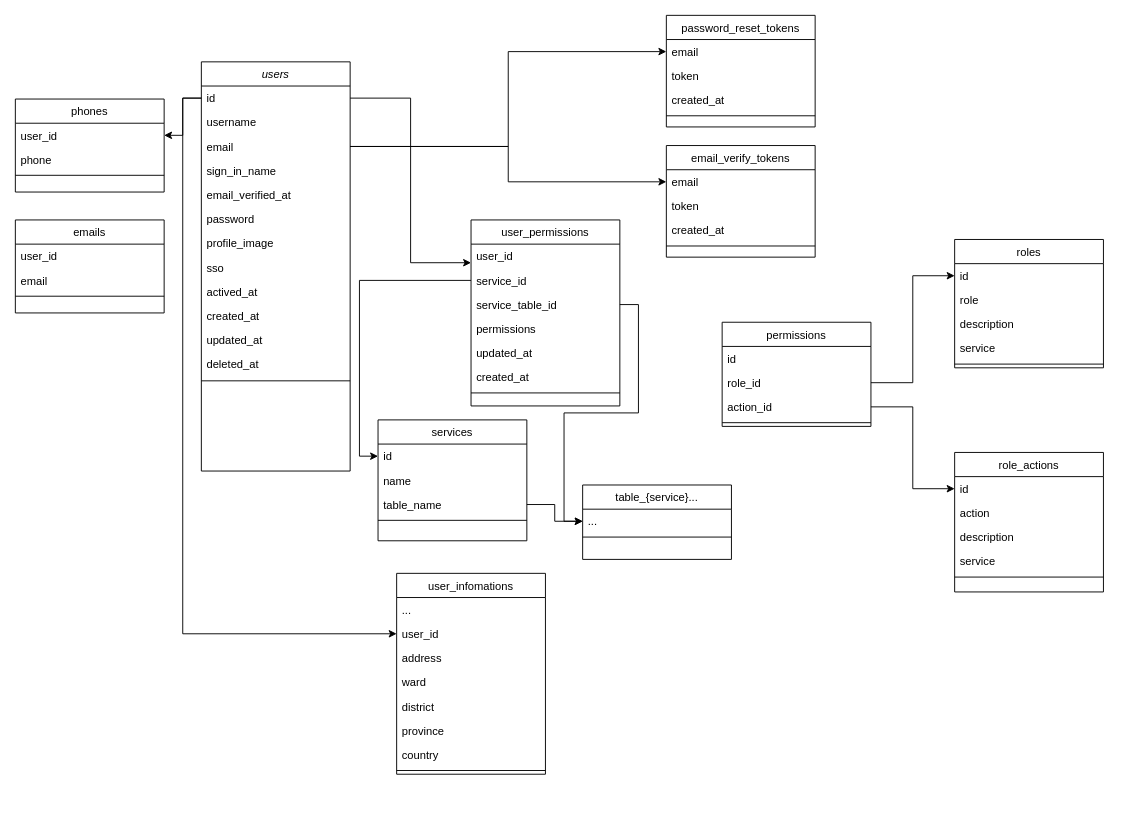
Above: Biểu đồ không có tiêu đề.drawio in desod-vn/desod-vn (draw.io), before the change. Source tidied: cells renumbered, new cells numbered last; positions are measured from the earlier drawing's top-left corner, leaving out a move shared by most shapes. Both pictures are drawn from the tidied source at 93%, with x=0, y=0 at pixel (15, 15).
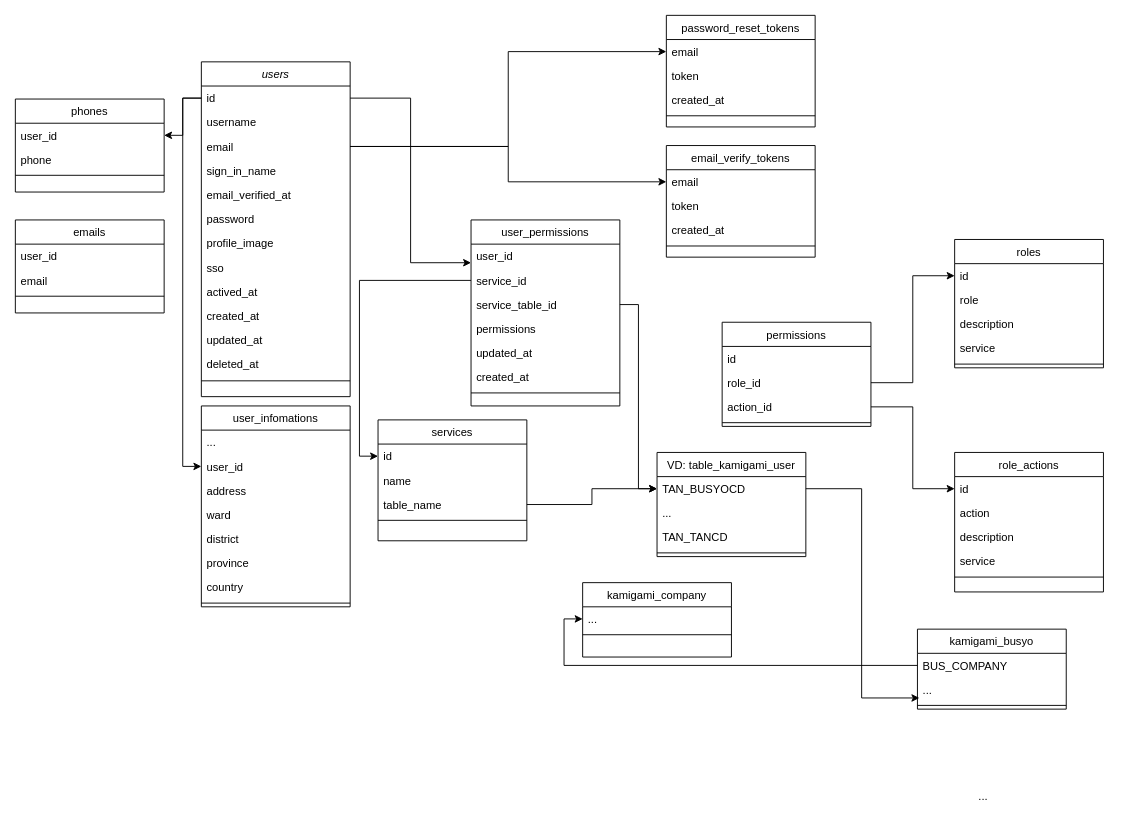
The same page after the edit.

Commit message:
Cập nhật Biểu đồ không có tiêu đề.drawio

The change refers to these unchanged cells:
```xml
<mxCell id="35" value="service_table_id" style="text;align=left;verticalAlign=top;spacingLeft=4;spacingRight=4;overflow=hidden;points=[[0,0.5],[1,0.5]];portConstraint=eastwest;" parent="32" vertex="1">
  <mxGeometry y="78" width="160" height="26" as="geometry" />
</mxCell>
<mxCell id="59" value="table_name" style="text;align=left;verticalAlign=top;spacingLeft=4;spacingRight=4;overflow=hidden;points=[[0,0.5],[1,0.5]];portConstraint=eastwest;rounded=0;shadow=0;html=0;" parent="56" vertex="1">
  <mxGeometry y="78" width="160" height="26" as="geometry" />
</mxCell>
```

Diff of the diagram source:
```diff
@@
     <mxCell id="2" value="users" style="swimlane;fontStyle=2;align=center;verticalAlign=top;horizontal=1;startSize=26;rounded=0;shadow=0;strokeWidth=1;" parent="1" vertex="1">
-      <mxGeometry x="200" y="50" width="160" height="440" as="geometry" />
+      <mxGeometry x="200" y="50" width="160" height="360" as="geometry" />
     </mxCell>
@@
-    <mxCell id="61" value="table_{service}..." style="swimlane;fontStyle=0;align=center;verticalAlign=top;horizontal=1;startSize=26;rounded=0;shadow=0;strokeWidth=1;" parent="1" vertex="1">
-      <mxGeometry x="610" y="505" width="160" height="80" as="geometry" />
-    </mxCell>
-    <mxCell id="62" value="..." style="text;align=left;verticalAlign=top;spacingLeft=4;spacingRight=4;overflow=hidden;points=[[0,0.5],[1,0.5]];portConstraint=eastwest;rounded=0;shadow=0;html=0;" parent="61" vertex="1">
-      <mxGeometry y="26" width="160" height="26" as="geometry" />
-    </mxCell>
-    <mxCell id="63" style="line;html=1;strokeWidth=1;align=left;verticalAlign=middle;spacingTop=-1;spacingLeft=3;spacingRight=3;labelPosition=right;" parent="61" vertex="1">
-      <mxGeometry y="52" width="160" height="8" as="geometry" />
-    </mxCell>
-    <mxCell id="64" style="edgeStyle=orthogonalEdgeStyle;rounded=0;jettySize=auto;html=1;exitX=1;exitY=0.5;exitDx=0;exitDy=0;entryX=0;entryY=0.5;entryDx=0;entryDy=0;" parent="1" edge="1" source="59" target="62">
+    <mxCell id="64" style="edgeStyle=orthogonalEdgeStyle;rounded=0;jettySize=auto;html=1;exitX=1;exitY=0.5;exitDx=0;exitDy=0;entryX=0;entryY=0.5;entryDx=0;entryDy=0;" parent="1" edge="1" source="59" target="88">
       <mxGeometry relative="1" as="geometry" />
     </mxCell>
@@
-    <mxCell id="66" style="edgeStyle=orthogonalEdgeStyle;rounded=0;jettySize=auto;html=1;exitX=1;exitY=0.5;exitDx=0;exitDy=0;entryX=0;entryY=0.5;entryDx=0;entryDy=0;" parent="1" edge="1" source="35" target="62">
+    <mxCell id="66" style="edgeStyle=orthogonalEdgeStyle;rounded=0;jettySize=auto;html=1;exitX=1;exitY=0.5;exitDx=0;exitDy=0;entryX=0;entryY=0.5;entryDx=0;entryDy=0;" parent="1" edge="1" source="35" target="88">
       <mxGeometry relative="1" as="geometry" />
     </mxCell>
     <mxCell id="67" value="user_infomations" style="swimlane;fontStyle=0;align=center;verticalAlign=top;horizontal=1;startSize=26;rounded=0;shadow=0;strokeWidth=1;" parent="1" vertex="1">
-      <mxGeometry x="410" y="600" width="160" height="216" as="geometry" />
+      <mxGeometry x="200" y="420" width="160" height="216" as="geometry" />
     </mxCell>
@@
+    <mxCell id="86" value="kamigami_company" style="swimlane;fontStyle=0;align=center;verticalAlign=top;horizontal=1;startSize=26;rounded=0;shadow=0;strokeWidth=1;" parent="1" vertex="1">
+      <mxGeometry x="610" y="610" width="160" height="80" as="geometry" />
+    </mxCell>
+    <mxCell id="62" value="..." style="text;align=left;verticalAlign=top;spacingLeft=4;spacingRight=4;overflow=hidden;points=[[0,0.5],[1,0.5]];portConstraint=eastwest;rounded=0;shadow=0;html=0;" parent="86" vertex="1">
+      <mxGeometry y="26" width="160" height="26" as="geometry" />
+    </mxCell>
+    <mxCell id="63" style="line;html=1;strokeWidth=1;align=left;verticalAlign=middle;spacingTop=-1;spacingLeft=3;spacingRight=3;labelPosition=right;" parent="86" vertex="1">
+      <mxGeometry y="52" width="160" height="8" as="geometry" />
+    </mxCell>
+    <mxCell id="87" value="VD: table_kamigami_user" style="swimlane;fontStyle=0;align=center;verticalAlign=top;horizontal=1;startSize=26;rounded=0;shadow=0;strokeWidth=1;" parent="1" vertex="1">
+      <mxGeometry x="690" y="470" width="160" height="112" as="geometry" />
+    </mxCell>
+    <mxCell id="88" value="TAN_BUSYOCD" style="text;align=left;verticalAlign=top;spacingLeft=4;spacingRight=4;overflow=hidden;points=[[0,0.5],[1,0.5]];portConstraint=eastwest;rounded=0;shadow=0;html=0;" parent="87" vertex="1">
+      <mxGeometry y="26" width="160" height="26" as="geometry" />
+    </mxCell>
+    <mxCell id="89" value="..." style="text;align=left;verticalAlign=top;spacingLeft=4;spacingRight=4;overflow=hidden;rounded=0;shadow=0;html=0;" parent="87" vertex="1">
+      <mxGeometry y="52" width="160" height="26" as="geometry" />
+    </mxCell>
+    <mxCell id="90" value="TAN_TANCD" style="text;align=left;verticalAlign=top;spacingLeft=4;spacingRight=4;overflow=hidden;rounded=0;shadow=0;html=0;" parent="87" vertex="1">
+      <mxGeometry y="78" width="160" height="26" as="geometry" />
+    </mxCell>
+    <mxCell id="91" style="line;html=1;strokeWidth=1;align=left;verticalAlign=middle;spacingTop=-1;spacingLeft=3;spacingRight=3;labelPosition=right;" parent="87" vertex="1">
+      <mxGeometry y="104" width="160" height="8" as="geometry" />
+    </mxCell>
+    <mxCell id="92" value="kamigami_busyo" style="swimlane;fontStyle=0;align=center;verticalAlign=top;horizontal=1;startSize=26;rounded=0;shadow=0;strokeWidth=1;" parent="1" vertex="1">
+      <mxGeometry x="970" y="660" width="160" height="86" as="geometry" />
+    </mxCell>
+    <mxCell id="93" value="BUS_COMPANY" style="text;align=left;verticalAlign=top;spacingLeft=4;spacingRight=4;overflow=hidden;points=[[0,0.5],[1,0.5]];portConstraint=eastwest;rounded=0;shadow=0;html=0;" parent="92" vertex="1">
+      <mxGeometry y="26" width="160" height="26" as="geometry" />
+    </mxCell>
+    <mxCell id="94" value="..." style="text;align=left;verticalAlign=top;spacingLeft=4;spacingRight=4;overflow=hidden;points=[[0,0.5],[1,0.5]];portConstraint=eastwest;rounded=0;shadow=0;html=0;" parent="92" vertex="1">
+      <mxGeometry y="52" width="160" height="26" as="geometry" />
+    </mxCell>
+    <mxCell id="95" style="line;html=1;strokeWidth=1;align=left;verticalAlign=middle;spacingTop=-1;spacingLeft=3;spacingRight=3;labelPosition=right;" parent="92" vertex="1">
+      <mxGeometry y="78" width="160" height="8" as="geometry" />
+    </mxCell>
+    <mxCell id="96" style="edgeStyle=orthogonalEdgeStyle;rounded=0;jettySize=auto;html=1;exitX=1;exitY=0.5;exitDx=0;exitDy=0;entryX=0.013;entryY=0.846;entryDx=0;entryDy=0;entryPerimeter=0;" parent="1" edge="1" source="88" target="94">
+      <mxGeometry relative="1" as="geometry" />
+    </mxCell>
+    <mxCell id="97" style="edgeStyle=orthogonalEdgeStyle;rounded=0;jettySize=auto;html=1;exitX=0;exitY=0.5;exitDx=0;exitDy=0;entryX=0;entryY=0.5;entryDx=0;entryDy=0;" parent="1" edge="1" source="93" target="62">
+      <mxGeometry relative="1" as="geometry" />
+    </mxCell>
+    <mxCell id="98" value="..." style="text;align=left;verticalAlign=top;spacingLeft=4;spacingRight=4;overflow=hidden;rounded=0;shadow=0;html=0;" parent="1" vertex="1">
+      <mxGeometry x="1030" y="826" width="160" height="26" as="geometry" />
+    </mxCell>
```
